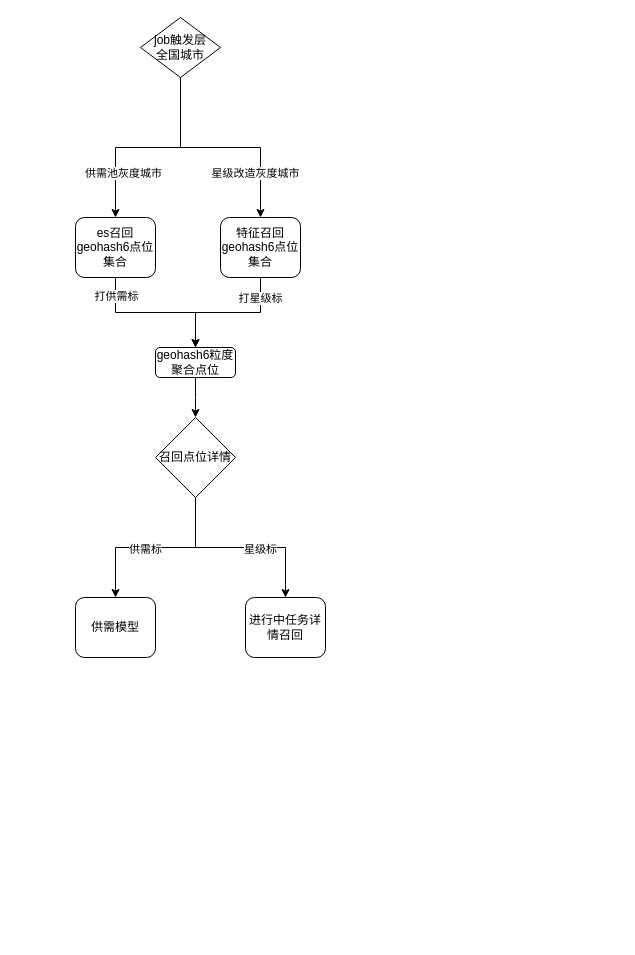
This is 星级改造生成侧链路.drawio from jackie-coming/draw, a draw.io file, before an edit. Source tidied: cells renumbered, new cells numbered last; positions are measured from the earlier drawing's top-left corner, leaving out a move shared by most shapes. Both pictures are drawn from the tidied source at 100%, with x=0, y=0 at pixel (75, 17).
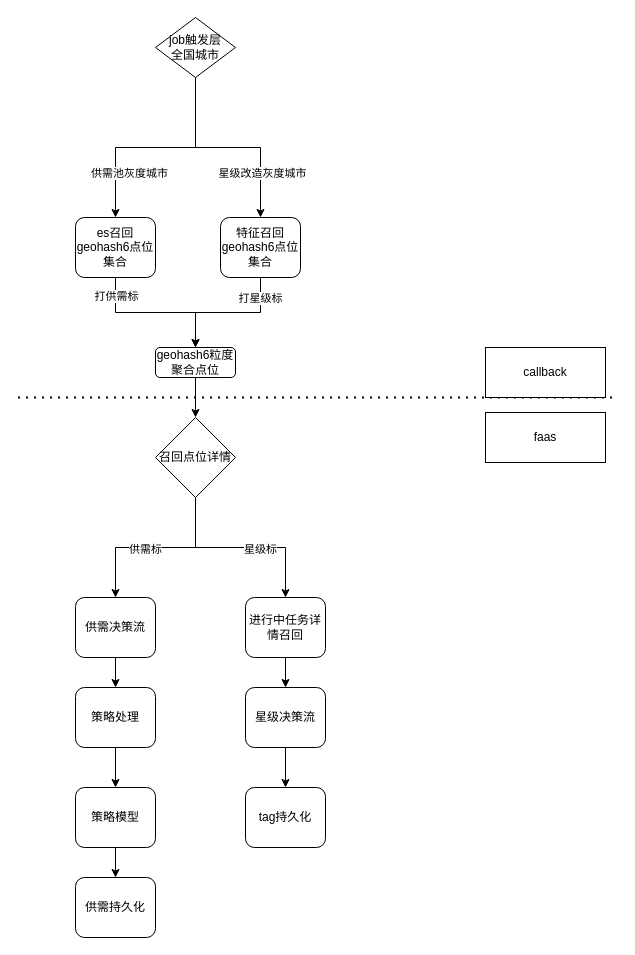
The same page after the edit.

Commit message:
Update 星级改造生成侧链路.drawio

Unchanged cells that the change refers to:
```xml
<mxCell id="14" value="特征召回geohash6点位集合" style="rounded=1;whiteSpace=wrap;html=1;" parent="1" vertex="1">
  <mxGeometry x="145" y="200" width="80" height="60" as="geometry" />
</mxCell>
<mxCell id="16" value="进行中任务详情召回" style="rounded=1;whiteSpace=wrap;html=1;" parent="1" vertex="1">
  <mxGeometry x="170" y="580" width="80" height="60" as="geometry" />
</mxCell>
```

What changed in the source:
```diff
@@
     <mxCell id="6" style="edgeStyle=orthogonalEdgeStyle;rounded=0;jettySize=auto;html=1;entryX=0.5;entryY=0;entryDx=0;entryDy=0;" parent="1" edge="1" source="8" target="14">
       <mxGeometry relative="1" as="geometry">
         <Array as="points">
-          <mxPoint x="105" y="130" />
+          <mxPoint x="120" y="130" />
           <mxPoint x="185" y="130" />
         </Array>
       </mxGeometry>
     </mxCell>
@@
     <mxCell id="8" value="job触发层&lt;div&gt;全国城市&lt;/div&gt;" style="rhombus;whiteSpace=wrap;html=1;" parent="1" vertex="1">
-      <mxGeometry x="65" width="80" height="60" as="geometry" />
+      <mxGeometry x="80" width="80" height="60" as="geometry" />
     </mxCell>
@@
+    <mxCell id="22" style="edgeStyle=orthogonalEdgeStyle;rounded=0;jettySize=auto;html=1;entryX=0.5;entryY=0;entryDx=0;entryDy=0;" parent="1" edge="1" source="15" target="28">
+      <mxGeometry relative="1" as="geometry" />
+    </mxCell>
-    <mxCell id="15" value="供需模型" style="rounded=1;whiteSpace=wrap;html=1;" parent="1" vertex="1">
+    <mxCell id="15" value="供需决策流" style="rounded=1;whiteSpace=wrap;html=1;" parent="1" vertex="1">
       <mxGeometry y="580" width="80" height="60" as="geometry" />
     </mxCell>
+    <mxCell id="23" style="edgeStyle=orthogonalEdgeStyle;rounded=0;jettySize=auto;html=1;" parent="1" edge="1" source="16" target="32">
+      <mxGeometry relative="1" as="geometry" />
+    </mxCell>
@@
+    <mxCell id="24" style="endArrow=none;dashed=1;html=1;dashPattern=1 3;strokeWidth=2;rounded=0;" parent="1" edge="1">
+      <mxGeometry relative="1" as="geometry">
+        <mxPoint x="-57.5" y="380" as="sourcePoint" />
+        <mxPoint x="540" y="380" as="targetPoint" />
+      </mxGeometry>
+    </mxCell>
+    <mxCell id="25" value="callback" style="whiteSpace=wrap;html=1;" parent="1" vertex="1">
+      <mxGeometry x="410" y="330" width="120" height="50" as="geometry" />
+    </mxCell>
+    <mxCell id="26" value="faas" style="whiteSpace=wrap;html=1;" parent="1" vertex="1">
+      <mxGeometry x="410" y="395" width="120" height="50" as="geometry" />
+    </mxCell>
+    <mxCell id="27" style="edgeStyle=orthogonalEdgeStyle;rounded=0;jettySize=auto;html=1;" parent="1" edge="1" source="28" target="30">
+      <mxGeometry relative="1" as="geometry" />
+    </mxCell>
+    <mxCell id="28" value="策略处理" style="rounded=1;whiteSpace=wrap;html=1;" parent="1" vertex="1">
+      <mxGeometry y="670" width="80" height="60" as="geometry" />
+    </mxCell>
+    <mxCell id="29" style="edgeStyle=orthogonalEdgeStyle;rounded=0;jettySize=auto;html=1;entryX=0.5;entryY=0;entryDx=0;entryDy=0;" parent="1" edge="1" source="30" target="34">
+      <mxGeometry relative="1" as="geometry" />
+    </mxCell>
+    <mxCell id="30" value="策略模型" style="rounded=1;whiteSpace=wrap;html=1;" parent="1" vertex="1">
+      <mxGeometry y="770" width="80" height="60" as="geometry" />
+    </mxCell>
+    <mxCell id="31" style="edgeStyle=orthogonalEdgeStyle;rounded=0;jettySize=auto;html=1;" parent="1" edge="1" source="32" target="33">
+      <mxGeometry relative="1" as="geometry" />
+    </mxCell>
+    <mxCell id="32" value="星级决策流" style="rounded=1;whiteSpace=wrap;html=1;" parent="1" vertex="1">
+      <mxGeometry x="170" y="670" width="80" height="60" as="geometry" />
+    </mxCell>
+    <mxCell id="33" value="tag持久化" style="rounded=1;whiteSpace=wrap;html=1;" parent="1" vertex="1">
+      <mxGeometry x="170" y="770" width="80" height="60" as="geometry" />
+    </mxCell>
+    <mxCell id="34" value="供需持久化" style="rounded=1;whiteSpace=wrap;html=1;" parent="1" vertex="1">
+      <mxGeometry y="860" width="80" height="60" as="geometry" />
+    </mxCell>
```
